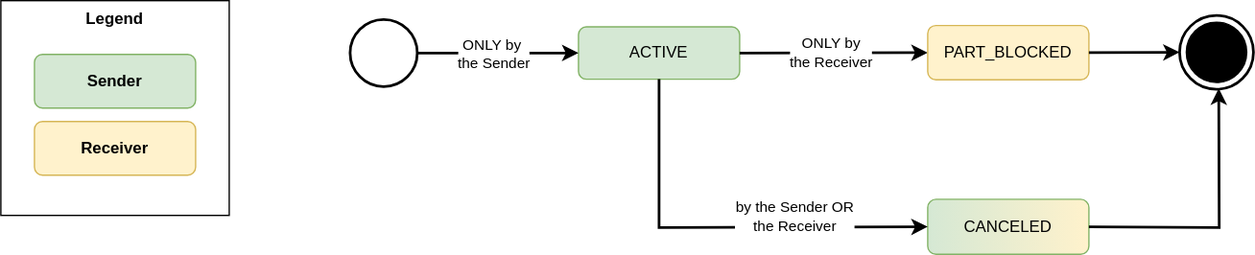
Before: docs-kits/kits/Traceability Kit/assets/block-notification-state-model.svg, a diagram exported from draw.io (eclipse-tractusx/eclipse-tractusx.github.io). Source tidied: cells renumbered, new cells last; positions are measured from the earlier drawing's top-left corner, leaving out a move shared by most shapes.
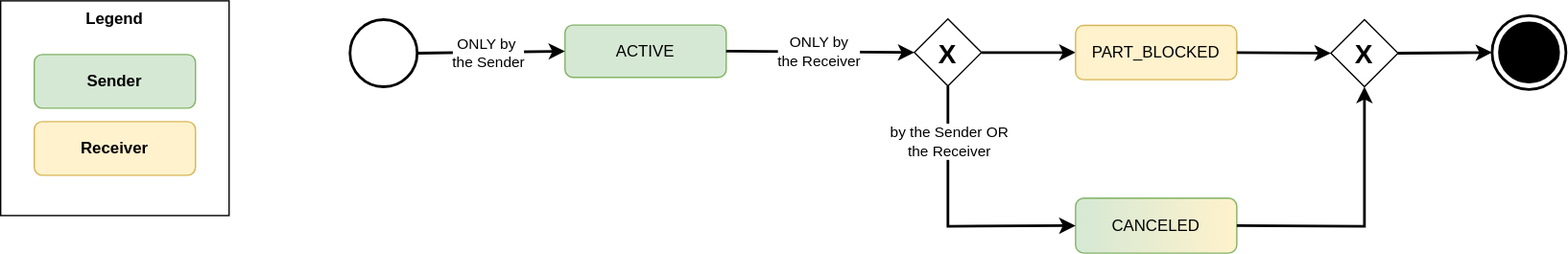
After the commit.

Change to the diagram source:
```diff
@@ -6,25 +6,20 @@
       <mxGeometry x="260" y="14" width="50" height="50" as="geometry" />
     </mxCell>
     <mxCell id="3" value="ACTIVE" style="rounded=1;whiteSpace=wrap;html=1;fillColor=#d5e8d4;strokeColor=#82b366;" parent="1" vertex="1">
-      <mxGeometry x="430" y="19.5" width="120" height="39" as="geometry" />
+      <mxGeometry x="420" y="18" width="120" height="39" as="geometry" />
     </mxCell>
     <mxCell id="4" value="CANCELED" style="rounded=1;whiteSpace=wrap;html=1;fillColor=#fff2cc;strokeColor=#82B366;gradientColor=#D5E8D4;gradientDirection=west;" parent="1" vertex="1">
-      <mxGeometry x="690" y="148" width="120" height="41" as="geometry" />
+      <mxGeometry x="800" y="147" width="120" height="41" as="geometry" />
     </mxCell>
     <mxCell id="5" style="ellipse;whiteSpace=wrap;html=1;fillColor=none;strokeWidth=2;" parent="1" vertex="1">
-      <mxGeometry x="877.5" y="11" width="55" height="55" as="geometry" />
+      <mxGeometry x="1110" y="11" width="55" height="55" as="geometry" />
     </mxCell>
     <mxCell id="6" style="ellipse;whiteSpace=wrap;html=1;fillColor=#000000;" parent="1" vertex="1">
-      <mxGeometry x="882.5" y="16" width="45" height="45" as="geometry" />
+      <mxGeometry x="1115" y="16" width="45" height="45" as="geometry" />
     </mxCell>
-    <mxCell id="7" style="endArrow=classic;html=1;rounded=0;entryX=0;entryY=0.5;entryDx=0;entryDy=0;exitX=1;exitY=0.5;exitDx=0;exitDy=0;strokeWidth=2;" parent="1" edge="1" source="3" target="16">
+    <mxCell id="7" style="endArrow=classic;html=1;rounded=0;entryX=0;entryY=0.5;entryDx=0;entryDy=0;exitX=1;exitY=0.5;exitDx=0;exitDy=0;strokeWidth=2;" parent="1" edge="1" source="20" target="16">
       <mxGeometry relative="1" as="geometry" />
     </mxCell>
-    <mxCell id="8" value="ONLY by&lt;div&gt;the Receiver&lt;/div&gt;" style="edgeLabel;html=1;align=center;verticalAlign=middle;" parent="7" vertex="1">
-      <mxGeometry x="-0.18" y="2" relative="1" as="geometry">
-        <mxPoint x="11" y="2" as="offset" />
-      </mxGeometry>
-    </mxCell>
     <mxCell id="9" style="endArrow=classic;html=1;rounded=0;entryX=0;entryY=0.5;entryDx=0;entryDy=0;exitX=1;exitY=0.5;exitDx=0;exitDy=0;strokeWidth=2;" parent="1" edge="1" source="2" target="3">
       <mxGeometry relative="1" as="geometry" />
     </mxCell>
@@ -33,16 +28,16 @@
         <mxPoint x="16" y="2" as="offset" />
       </mxGeometry>
     </mxCell>
-    <mxCell id="11" style="endArrow=classic;html=1;rounded=0;exitX=0.5;exitY=1;exitDx=0;exitDy=0;entryX=0;entryY=0.5;entryDx=0;entryDy=0;strokeWidth=2;" parent="1" edge="1" source="3" target="4">
+    <mxCell id="11" style="endArrow=classic;html=1;rounded=0;exitX=0.5;exitY=1;exitDx=0;exitDy=0;entryX=0;entryY=0.5;entryDx=0;entryDy=0;strokeWidth=2;" parent="1" edge="1" source="20" target="4">
       <mxGeometry relative="1" as="geometry">
         <Array as="points">
-          <mxPoint x="490" y="169" />
+          <mxPoint x="705" y="168" />
         </Array>
       </mxGeometry>
     </mxCell>
     <mxCell id="12" value="by the Sender OR&lt;div&gt;the Receiver&lt;/div&gt;" style="edgeLabel;html=1;align=center;verticalAlign=middle;" parent="11" vertex="1">
       <mxGeometry x="-0.6" relative="1" as="geometry">
-        <mxPoint x="100" y="40" as="offset" />
+        <mxPoint y="1" as="offset" />
       </mxGeometry>
     </mxCell>
     <mxCell id="13" value="&lt;b&gt;Legend&lt;/b&gt;" style="rounded=0;whiteSpace=wrap;html=1;verticalAlign=top;" parent="1" vertex="1">
@@ -55,17 +50,34 @@
       <mxGeometry x="25" y="90" width="120" height="40" as="geometry" />
     </mxCell>
     <mxCell id="16" value="&lt;span&gt;PART_BLOCKED&lt;/span&gt;" style="rounded=1;whiteSpace=wrap;html=1;fillColor=#fff2cc;strokeColor=#d6b656;fontStyle=0;" parent="1" vertex="1">
-      <mxGeometry x="690" y="18.5" width="120" height="40.5" as="geometry" />
+      <mxGeometry x="800" y="18.2" width="120" height="40.5" as="geometry" />
     </mxCell>
-    <mxCell id="17" style="endArrow=classic;html=1;rounded=0;exitX=1;exitY=0.5;exitDx=0;exitDy=0;entryX=0;entryY=0.5;entryDx=0;entryDy=0;strokeWidth=2;" parent="1" edge="1" source="16" target="5">
+    <mxCell id="17" style="endArrow=classic;html=1;rounded=0;exitX=1;exitY=0.5;exitDx=0;exitDy=0;entryX=0;entryY=0.5;entryDx=0;entryDy=0;strokeWidth=2;" parent="1" edge="1" source="22" target="5">
       <mxGeometry relative="1" as="geometry" />
     </mxCell>
-    <mxCell id="18" style="endArrow=classic;html=1;rounded=0;entryX=0.53;entryY=0.989;entryDx=0;entryDy=0;entryPerimeter=0;exitX=1;exitY=0.5;exitDx=0;exitDy=0;strokeWidth=2;" parent="1" edge="1" source="4" target="5">
+    <mxCell id="18" style="endArrow=classic;html=1;rounded=0;entryX=0.5;entryY=1;entryDx=0;entryDy=0;exitX=1;exitY=0.5;exitDx=0;exitDy=0;strokeWidth=2;" parent="1" edge="1" source="4" target="22">
       <mxGeometry relative="1" as="geometry">
         <Array as="points">
-          <mxPoint x="907" y="169" />
+          <mxPoint x="1015" y="168" />
         </Array>
       </mxGeometry>
     </mxCell>
+    <mxCell id="19" style="endArrow=classic;html=1;rounded=0;entryX=0;entryY=0.5;entryDx=0;entryDy=0;exitX=1;exitY=0.5;exitDx=0;exitDy=0;strokeWidth=2;" parent="1" edge="1" source="3" target="20">
+      <mxGeometry relative="1" as="geometry" />
+    </mxCell>
+    <mxCell id="8" value="ONLY by&lt;div&gt;the Receiver&lt;/div&gt;" style="edgeLabel;html=1;align=center;verticalAlign=middle;" parent="19" vertex="1">
+      <mxGeometry x="-0.18" y="2" relative="1" as="geometry">
+        <mxPoint x="11" y="2" as="offset" />
+      </mxGeometry>
+    </mxCell>
+    <mxCell id="20" value="X" style="rhombus;whiteSpace=wrap;html=1;fontSize=20;fontStyle=1;" parent="1" vertex="1">
+      <mxGeometry x="680" y="13.5" width="50" height="50" as="geometry" />
+    </mxCell>
+    <mxCell id="21" style="endArrow=classic;html=1;rounded=0;exitX=1;exitY=0.5;exitDx=0;exitDy=0;entryX=0;entryY=0.5;entryDx=0;entryDy=0;strokeWidth=2;" parent="1" edge="1" source="16" target="22">
+      <mxGeometry relative="1" as="geometry" />
+    </mxCell>
+    <mxCell id="22" value="X" style="rhombus;whiteSpace=wrap;html=1;fontSize=20;fontStyle=1;" parent="1" vertex="1">
+      <mxGeometry x="990" y="14" width="50" height="50" as="geometry" />
+    </mxCell>
   </root>
 </mxGraphModel>
```
